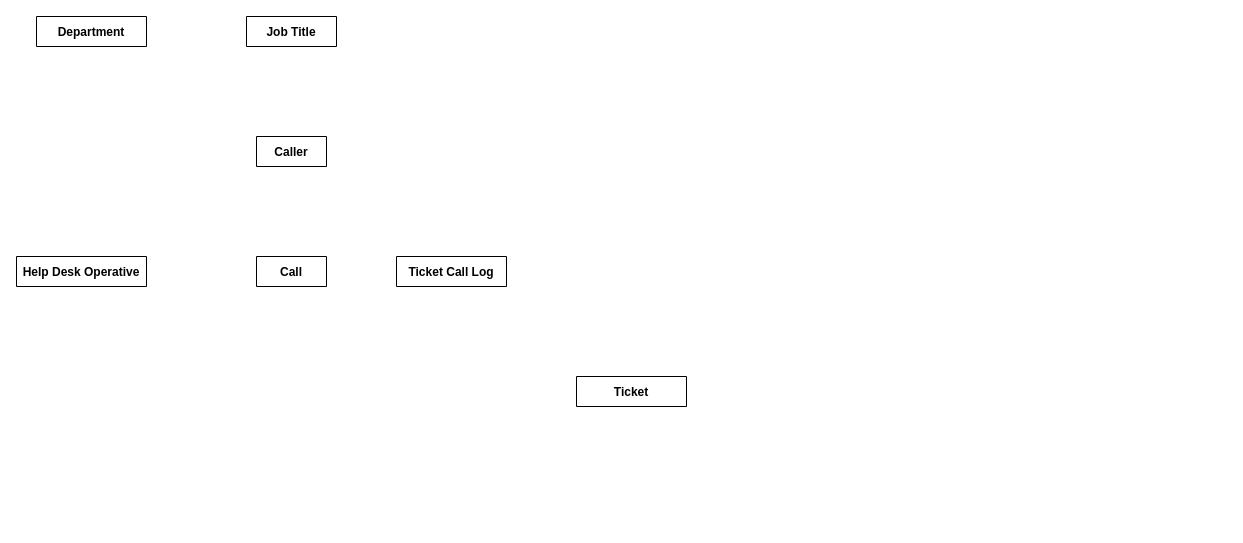
olliej111/RTS-Unit-Control keeps this draw.io diagram as Assets/Untitled Diagram.drawio. Above is the earlier version. Source tidied: cells renumbered, new cells numbered last; positions are measured from the earlier drawing's top-left corner, leaving out a move shared by most shapes. Both pictures are drawn from the tidied source at 100%, with x=0, y=0 at pixel (16, 16).
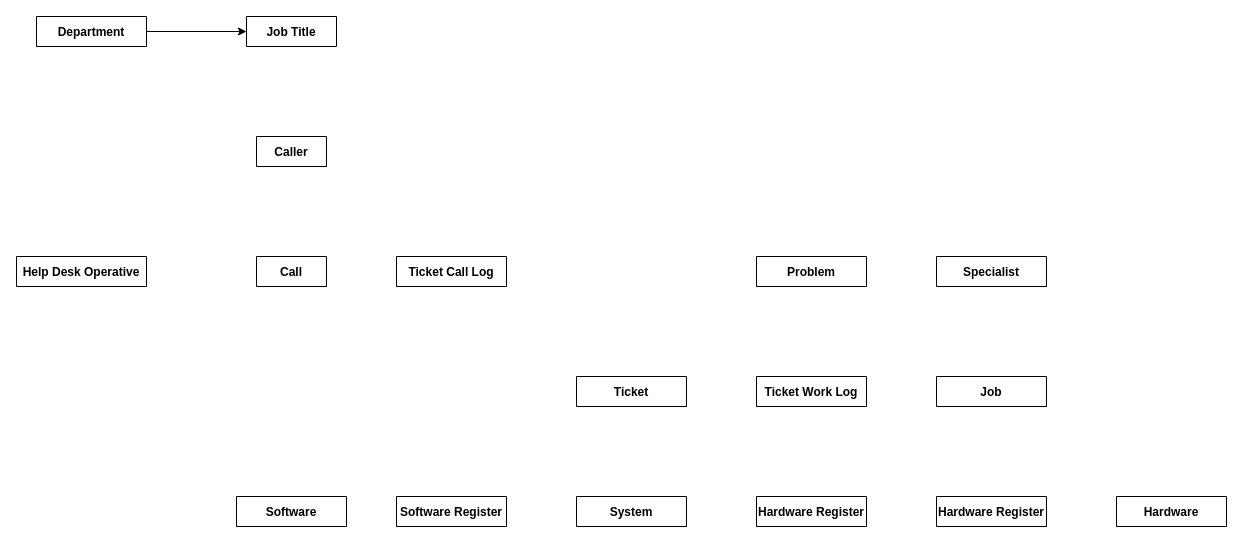
After the change.

What changed in the source:
```diff
@@
 <mxGraphModel>
   <root>
     <mxCell id="0" />
     <mxCell id="1" parent="0" />
     <mxCell id="2" value="Job Title" style="shape=table;startSize=30;childLayout=tableLayout;rowLines=0;fontStyle=1;align=center;" parent="1" vertex="1" collapsed="1">
       <mxGeometry x="230" width="90" height="30" as="geometry" />
     </mxCell>
     <mxCell id="3" value="Caller" style="shape=table;startSize=30;childLayout=tableLayout;rowLines=0;fontStyle=1;align=center;" parent="1" vertex="1" collapsed="1">
       <mxGeometry x="240" y="120" width="70" height="30" as="geometry" />
     </mxCell>
+    <mxCell id="9" style="edgeStyle=orthogonalEdgeStyle;rounded=0;jettySize=auto;html=1;exitX=1;exitY=0.5;exitDx=0;exitDy=0;entryX=0;entryY=0.5;entryDx=0;entryDy=0;" parent="1" edge="1" source="4" target="2">
+      <mxGeometry relative="1" as="geometry" />
+    </mxCell>
     <mxCell id="4" value="Department" style="shape=table;startSize=30;childLayout=tableLayout;rowLines=0;fontStyle=1;align=center;" parent="1" vertex="1" collapsed="1">
       <mxGeometry x="20" width="110" height="30" as="geometry" />
     </mxCell>
     <mxCell id="5" value="Call" style="shape=table;startSize=30;childLayout=tableLayout;rowLines=0;fontStyle=1;align=center;" parent="1" vertex="1" collapsed="1">
       <mxGeometry x="240" y="240" width="70" height="30" as="geometry" />
     </mxCell>
     <mxCell id="6" value="Help Desk Operative" style="shape=table;startSize=30;childLayout=tableLayout;rowLines=0;fontStyle=1;align=center;" parent="1" vertex="1" collapsed="1">
       <mxGeometry y="240" width="130" height="30" as="geometry" />
     </mxCell>
     <mxCell id="7" value="Ticket Call Log" style="shape=table;startSize=30;childLayout=tableLayout;rowLines=0;fontStyle=1;align=center;" parent="1" vertex="1" collapsed="1">
       <mxGeometry x="380" y="240" width="110" height="30" as="geometry" />
     </mxCell>
     <mxCell id="8" value="Ticket" style="shape=table;startSize=30;childLayout=tableLayout;rowLines=0;fontStyle=1;align=center;" parent="1" vertex="1" collapsed="1">
       <mxGeometry x="560" y="360" width="110" height="30" as="geometry" />
     </mxCell>
+    <mxCell id="10" value="Ticket Work Log" style="shape=table;startSize=30;childLayout=tableLayout;rowLines=0;fontStyle=1;align=center;" parent="1" vertex="1" collapsed="1">
+      <mxGeometry x="740" y="360" width="110" height="30" as="geometry" />
+    </mxCell>
+    <mxCell id="11" value="Problem" style="shape=table;startSize=30;childLayout=tableLayout;rowLines=0;fontStyle=1;align=center;" parent="1" vertex="1" collapsed="1">
+      <mxGeometry x="740" y="240" width="110" height="30" as="geometry" />
+    </mxCell>
+    <mxCell id="12" value="System" style="shape=table;startSize=30;childLayout=tableLayout;rowLines=0;fontStyle=1;align=center;" parent="1" vertex="1" collapsed="1">
+      <mxGeometry x="560" y="480" width="110" height="30" as="geometry" />
+    </mxCell>
+    <mxCell id="13" value="Software Register" style="shape=table;startSize=30;childLayout=tableLayout;rowLines=0;fontStyle=1;align=center;" parent="1" vertex="1" collapsed="1">
+      <mxGeometry x="380" y="480" width="110" height="30" as="geometry" />
+    </mxCell>
+    <mxCell id="14" value="Software" style="shape=table;startSize=30;childLayout=tableLayout;rowLines=0;fontStyle=1;align=center;" parent="1" vertex="1" collapsed="1">
+      <mxGeometry x="220" y="480" width="110" height="30" as="geometry" />
+    </mxCell>
+    <mxCell id="15" value="Hardware Register" style="shape=table;startSize=30;childLayout=tableLayout;rowLines=0;fontStyle=1;align=center;" parent="1" vertex="1" collapsed="1">
+      <mxGeometry x="740" y="480" width="110" height="30" as="geometry" />
+    </mxCell>
+    <mxCell id="16" value="Hardware Register" style="shape=table;startSize=30;childLayout=tableLayout;rowLines=0;fontStyle=1;align=center;" parent="1" vertex="1" collapsed="1">
+      <mxGeometry x="920" y="480" width="110" height="30" as="geometry" />
+    </mxCell>
+    <mxCell id="17" value="Hardware" style="shape=table;startSize=30;childLayout=tableLayout;rowLines=0;fontStyle=1;align=center;" parent="1" vertex="1" collapsed="1">
+      <mxGeometry x="1100" y="480" width="110" height="30" as="geometry" />
+    </mxCell>
+    <mxCell id="18" value="Job" style="shape=table;startSize=30;childLayout=tableLayout;rowLines=0;fontStyle=1;align=center;" parent="1" vertex="1" collapsed="1">
+      <mxGeometry x="920" y="360" width="110" height="30" as="geometry" />
+    </mxCell>
+    <mxCell id="19" value="Specialist" style="shape=table;startSize=30;childLayout=tableLayout;rowLines=0;fontStyle=1;align=center;" parent="1" vertex="1" collapsed="1">
+      <mxGeometry x="920" y="240" width="110" height="30" as="geometry" />
+    </mxCell>
   </root>
 </mxGraphModel>
```
